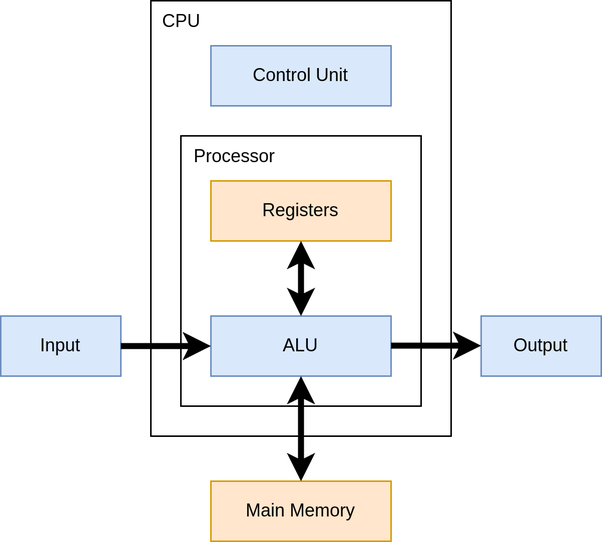
Above: documentation/paper/images/drawio/cpu_structure.png in kantholz44mm/cpu (draw.io), before the change. Source tidied: cells renumbered, new cells last; positions are measured from the earlier drawing's top-left corner, leaving out a move shared by most shapes. Source of this version:
```xml
<mxGraphModel>
  <root>
    <mxCell id="0" />
    <mxCell id="1" parent="0" />
    <mxCell id="2" value="CPU" style="rounded=0;whiteSpace=wrap;html=1;verticalAlign=top;align=left;spacingLeft=6;" parent="1" vertex="1">
      <mxGeometry x="100" width="200" height="290" as="geometry" />
    </mxCell>
    <mxCell id="3" value="Processor" style="rounded=0;whiteSpace=wrap;html=1;verticalAlign=top;align=left;spacingLeft=7;" parent="1" vertex="1">
      <mxGeometry x="120" y="90" width="160" height="180" as="geometry" />
    </mxCell>
    <mxCell id="4" value="Registers" style="rounded=0;whiteSpace=wrap;html=1;fillColor=#ffe6cc;strokeColor=#d79b00;" parent="1" vertex="1">
      <mxGeometry x="140" y="120" width="120" height="40" as="geometry" />
    </mxCell>
    <mxCell id="5" value="ALU" style="rounded=0;whiteSpace=wrap;html=1;fillColor=#dae8fc;strokeColor=#6c8ebf;" parent="1" vertex="1">
      <mxGeometry x="140" y="210" width="120" height="40" as="geometry" />
    </mxCell>
    <mxCell id="6" value="Control Unit" style="rounded=0;whiteSpace=wrap;html=1;fillColor=#dae8fc;strokeColor=#6c8ebf;" parent="1" vertex="1">
      <mxGeometry x="140" y="30" width="120" height="40" as="geometry" />
    </mxCell>
    <mxCell id="7" value="Main Memory" style="rounded=0;whiteSpace=wrap;html=1;fillColor=#ffe6cc;strokeColor=#d79b00;" parent="1" vertex="1">
      <mxGeometry x="140" y="320" width="120" height="40" as="geometry" />
    </mxCell>
    <mxCell id="8" value="Input" style="rounded=0;whiteSpace=wrap;html=1;fillColor=#dae8fc;strokeColor=#6c8ebf;" parent="1" vertex="1">
      <mxGeometry y="210" width="80" height="40" as="geometry" />
    </mxCell>
    <mxCell id="9" value="Output" style="rounded=0;whiteSpace=wrap;html=1;fillColor=#dae8fc;strokeColor=#6c8ebf;" parent="1" vertex="1">
      <mxGeometry x="320" y="210" width="80" height="40" as="geometry" />
    </mxCell>
    <mxCell id="10" style="endArrow=classic;startArrow=classic;html=1;strokeWidth=4;exitX=0.5;exitY=0;exitDx=0;exitDy=0;entryX=0.5;entryY=1;entryDx=0;entryDy=0;" parent="1" edge="1" source="7" target="5">
      <mxGeometry relative="1" as="geometry" />
    </mxCell>
    <mxCell id="11" style="endArrow=classic;startArrow=classic;html=1;strokeWidth=4;exitX=0.5;exitY=0;exitDx=0;exitDy=0;entryX=0.5;entryY=1;entryDx=0;entryDy=0;" parent="1" edge="1" source="5" target="4">
      <mxGeometry relative="1" as="geometry" />
    </mxCell>
    <mxCell id="12" style="endArrow=none;startArrow=classic;html=1;strokeWidth=4;exitX=0;exitY=0.5;exitDx=0;exitDy=0;entryX=1;entryY=0.5;entryDx=0;entryDy=0;startFill=1;endFill=0;" parent="1" edge="1" source="5" target="8">
      <mxGeometry relative="1" as="geometry" />
    </mxCell>
    <mxCell id="13" style="endArrow=none;startArrow=classic;html=1;strokeWidth=4;exitX=0;exitY=0.5;exitDx=0;exitDy=0;entryX=1;entryY=0.5;entryDx=0;entryDy=0;startFill=1;endFill=0;" parent="1" edge="1">
      <mxGeometry relative="1" as="geometry">
        <mxPoint x="320" y="229.7" as="sourcePoint" />
        <mxPoint x="260" y="229.7" as="targetPoint" />
      </mxGeometry>
    </mxCell>
  </root>
</mxGraphModel>
```
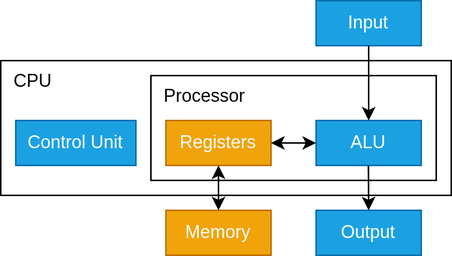
The same diagram one commit later.

What changed in the source:
```diff
@@ -2,44 +2,43 @@
   <root>
     <mxCell id="0" />
     <mxCell id="1" parent="0" />
-    <mxCell id="2" value="CPU" style="rounded=0;whiteSpace=wrap;html=1;verticalAlign=top;align=left;spacingLeft=6;" parent="1" vertex="1">
-      <mxGeometry x="100" width="200" height="290" as="geometry" />
+    <mxCell id="2" value="CPU" style="rounded=0;whiteSpace=wrap;html=1;verticalAlign=top;align=left;spacingLeft=7;" parent="1" vertex="1">
+      <mxGeometry x="610" y="160" width="300" height="90" as="geometry" />
     </mxCell>
     <mxCell id="3" value="Processor" style="rounded=0;whiteSpace=wrap;html=1;verticalAlign=top;align=left;spacingLeft=7;" parent="1" vertex="1">
-      <mxGeometry x="120" y="90" width="160" height="180" as="geometry" />
+      <mxGeometry x="710" y="170" width="190" height="70" as="geometry" />
     </mxCell>
-    <mxCell id="4" value="Registers" style="rounded=0;whiteSpace=wrap;html=1;fillColor=#ffe6cc;strokeColor=#d79b00;" parent="1" vertex="1">
-      <mxGeometry x="140" y="120" width="120" height="40" as="geometry" />
+    <mxCell id="4" value="Registers" style="rounded=0;whiteSpace=wrap;html=1;fillColor=#f0a30a;strokeColor=#BD7000;fontColor=#FFFFFF;" parent="1" vertex="1">
+      <mxGeometry x="720" y="200" width="70" height="30" as="geometry" />
     </mxCell>
-    <mxCell id="5" value="ALU" style="rounded=0;whiteSpace=wrap;html=1;fillColor=#dae8fc;strokeColor=#6c8ebf;" parent="1" vertex="1">
-      <mxGeometry x="140" y="210" width="120" height="40" as="geometry" />
+    <mxCell id="5" value="ALU" style="rounded=0;whiteSpace=wrap;html=1;fillColor=#1ba1e2;strokeColor=#006EAF;fontColor=#ffffff;" parent="1" vertex="1">
+      <mxGeometry x="820" y="200" width="70" height="30" as="geometry" />
     </mxCell>
+    <mxCell id="11" style="endArrow=classic;startArrow=classic;html=1;exitX=0;exitY=0.5;exitDx=0;exitDy=0;entryX=1;entryY=0.5;entryDx=0;entryDy=0;" parent="1" edge="1" source="5" target="4">
+      <mxGeometry relative="1" as="geometry" />
+    </mxCell>
-    <mxCell id="6" value="Control Unit" style="rounded=0;whiteSpace=wrap;html=1;fillColor=#dae8fc;strokeColor=#6c8ebf;" parent="1" vertex="1">
-      <mxGeometry x="140" y="30" width="120" height="40" as="geometry" />
+    <mxCell id="6" value="Control Unit" style="rounded=0;whiteSpace=wrap;html=1;fillColor=#1ba1e2;strokeColor=#006EAF;fontColor=#ffffff;" parent="1" vertex="1">
+      <mxGeometry x="620" y="200" width="80" height="30" as="geometry" />
     </mxCell>
-    <mxCell id="7" value="Main Memory" style="rounded=0;whiteSpace=wrap;html=1;fillColor=#ffe6cc;strokeColor=#d79b00;" parent="1" vertex="1">
-      <mxGeometry x="140" y="320" width="120" height="40" as="geometry" />
-    </mxCell>
-    <mxCell id="8" value="Input" style="rounded=0;whiteSpace=wrap;html=1;fillColor=#dae8fc;strokeColor=#6c8ebf;" parent="1" vertex="1">
-      <mxGeometry y="210" width="80" height="40" as="geometry" />
+    <mxCell id="8" value="Input" style="rounded=0;whiteSpace=wrap;html=1;fillColor=#1ba1e2;strokeColor=#006EAF;fontColor=#ffffff;" parent="1" vertex="1">
+      <mxGeometry x="820" y="120" width="70" height="30" as="geometry" />
     </mxCell>
-    <mxCell id="9" value="Output" style="rounded=0;whiteSpace=wrap;html=1;fillColor=#dae8fc;strokeColor=#6c8ebf;" parent="1" vertex="1">
-      <mxGeometry x="320" y="210" width="80" height="40" as="geometry" />
+    <mxCell id="9" value="Output" style="rounded=0;whiteSpace=wrap;html=1;fillColor=#1ba1e2;strokeColor=#006EAF;fontColor=#ffffff;" parent="1" vertex="1">
+      <mxGeometry x="820" y="260" width="70" height="30" as="geometry" />
     </mxCell>
-    <mxCell id="10" style="endArrow=classic;startArrow=classic;html=1;strokeWidth=4;exitX=0.5;exitY=0;exitDx=0;exitDy=0;entryX=0.5;entryY=1;entryDx=0;entryDy=0;" parent="1" edge="1" source="7" target="5">
-      <mxGeometry relative="1" as="geometry" />
-    </mxCell>
-    <mxCell id="11" style="endArrow=classic;startArrow=classic;html=1;strokeWidth=4;exitX=0.5;exitY=0;exitDx=0;exitDy=0;entryX=0.5;entryY=1;entryDx=0;entryDy=0;" parent="1" edge="1" source="5" target="4">
-      <mxGeometry relative="1" as="geometry" />
-    </mxCell>
-    <mxCell id="12" style="endArrow=none;startArrow=classic;html=1;strokeWidth=4;exitX=0;exitY=0.5;exitDx=0;exitDy=0;entryX=1;entryY=0.5;entryDx=0;entryDy=0;startFill=1;endFill=0;" parent="1" edge="1" source="5" target="8">
-      <mxGeometry relative="1" as="geometry" />
-    </mxCell>
-    <mxCell id="13" style="endArrow=none;startArrow=classic;html=1;strokeWidth=4;exitX=0;exitY=0.5;exitDx=0;exitDy=0;entryX=1;entryY=0.5;entryDx=0;entryDy=0;startFill=1;endFill=0;" parent="1" edge="1">
-      <mxGeometry relative="1" as="geometry">
-        <mxPoint x="320" y="229.7" as="sourcePoint" />
-        <mxPoint x="260" y="229.7" as="targetPoint" />
-      </mxGeometry>
-    </mxCell>
+    <mxCell id="14" style="endArrow=classic;html=1;exitX=0.5;exitY=1;exitDx=0;exitDy=0;entryX=0.5;entryY=0;entryDx=0;entryDy=0;" parent="1" edge="1" source="8" target="5">
+      <mxGeometry relative="1" as="geometry" />
+    </mxCell>
+    <mxCell id="15" style="endArrow=classic;html=1;exitX=0.5;exitY=1;exitDx=0;exitDy=0;entryX=0.5;entryY=0;entryDx=0;entryDy=0;" parent="1" edge="1" target="9">
+      <mxGeometry relative="1" as="geometry">
+        <mxPoint x="854.8" y="230" as="sourcePoint" />
+      </mxGeometry>
+    </mxCell>
+    <mxCell id="16" value="Memory" style="rounded=0;whiteSpace=wrap;html=1;fillColor=#f0a30a;strokeColor=#BD7000;fontColor=#FFFFFF;" parent="1" vertex="1">
+      <mxGeometry x="720" y="260" width="70" height="30" as="geometry" />
+    </mxCell>
+    <mxCell id="17" style="endArrow=classic;startArrow=classic;html=1;exitX=0.5;exitY=0;exitDx=0;exitDy=0;entryX=0.5;entryY=1;entryDx=0;entryDy=0;fontSize=11;" parent="1" edge="1" source="16" target="4">
+      <mxGeometry relative="1" as="geometry" />
+    </mxCell>
   </root>
 </mxGraphModel>
```
